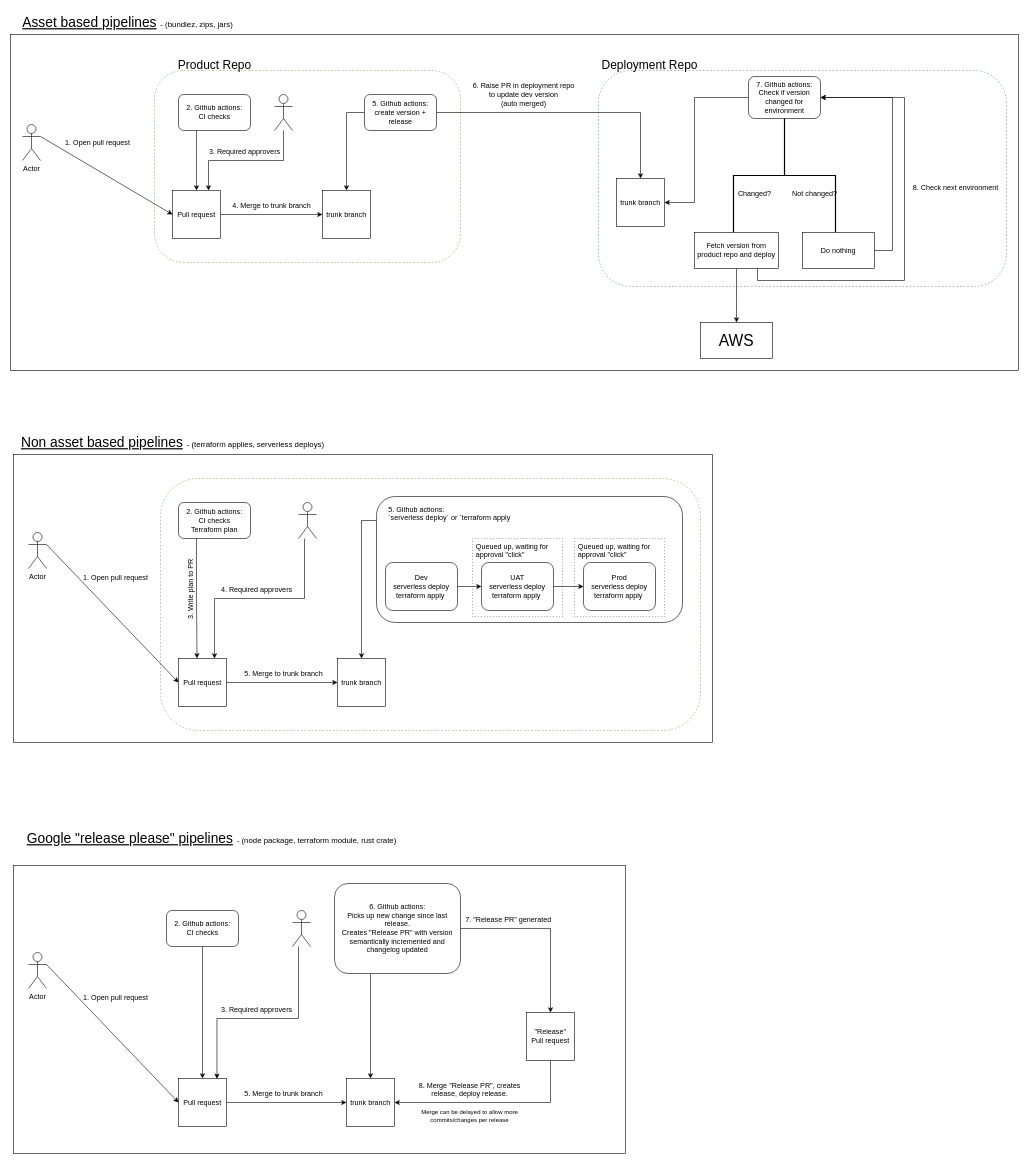
Earlier version of the draw.io diagram pipelines.drawio (FabioSVBBD/FabioSVBBD). Source tidied: cells renumbered, new cells numbered last; positions are measured from the earlier drawing's top-left corner, leaving out a move shared by most shapes. Both pictures are drawn from the tidied source at 60%, with x=0, y=0 at pixel (10, 10).
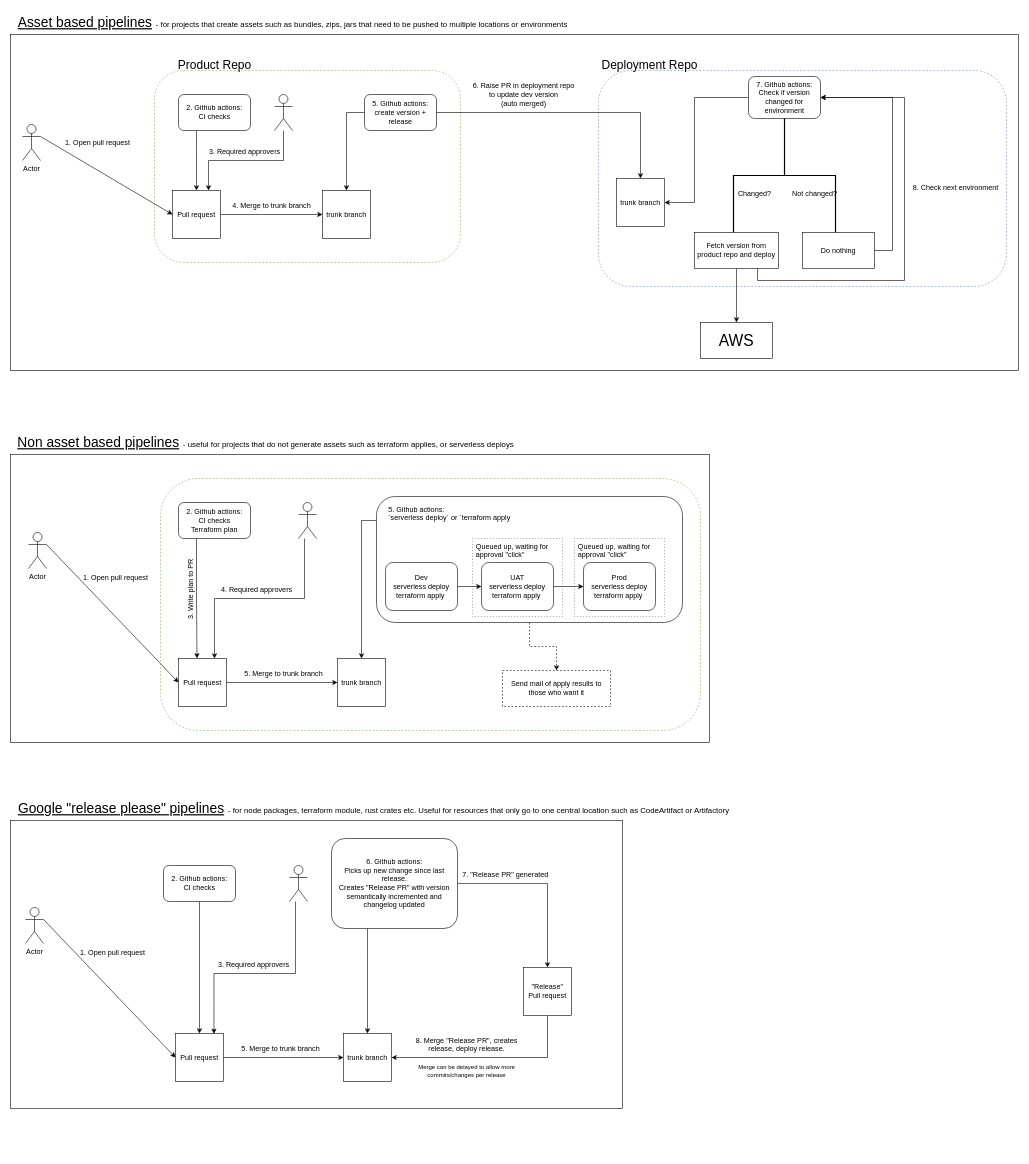
After the change.

Unchanged cells that the change refers to:
```xml
<mxCell id="54" value="5. Github actions: &lt;br&gt;`serverless deploy` or `terraform apply" style="rounded=1;whiteSpace=wrap;html=1;align=left;verticalAlign=top;spacingLeft=18;spacingBottom=0;spacingRight=0;spacingTop=8;" parent="1" vertex="1">
  <mxGeometry x="610" y="810" width="510" height="210" as="geometry" />
</mxCell>
```

Change to the diagram source:
```diff
@@
     <mxCell id="2" style="rounded=0;whiteSpace=wrap;html=1;" parent="1" vertex="1">
-      <mxGeometry x="5" y="740" width="1165" height="480" as="geometry" />
+      <mxGeometry y="740" width="1165" height="480" as="geometry" />
     </mxCell>
@@
-    <mxCell id="6" value="&lt;u&gt;Asset based pipelines&lt;/u&gt; &lt;font style=&quot;font-size: 13px;&quot;&gt;- (bundlez, zips, jars)&lt;/font&gt;" style="text;html=1;align=center;verticalAlign=middle;fontSize=23;" parent="1" vertex="1">
-      <mxGeometry x="10" width="370" height="40" as="geometry" />
+    <mxCell id="6" value="&lt;u&gt;Asset based pipelines&lt;/u&gt; &lt;font style=&quot;font-size: 13px;&quot;&gt;- for projects that create assets such as bundles, zips, jars that need to be pushed to multiple locations or environments&lt;/font&gt;" style="text;html=1;align=center;verticalAlign=middle;fontSize=23;" parent="1" vertex="1">
+      <mxGeometry width="940" height="40" as="geometry" />
     </mxCell>
@@
-    <mxCell id="38" value="&lt;u&gt;Non asset based pipelines&lt;/u&gt;&amp;nbsp;&lt;font style=&quot;font-size: 13px;&quot;&gt;- (terraform applies, serverless deploys)&lt;/font&gt;" style="text;html=1;align=center;verticalAlign=middle;fontSize=23;" parent="1" vertex="1">
-      <mxGeometry x="5" y="700" width="530" height="40" as="geometry" />
+    <mxCell id="38" value="&lt;u&gt;Non asset based pipelines&lt;/u&gt;&amp;nbsp;&lt;font style=&quot;font-size: 13px;&quot;&gt;- useful for projects that do not generate assets such as terraform applies, or serverless deploys&lt;/font&gt;" style="text;html=1;align=center;verticalAlign=middle;fontSize=23;" parent="1" vertex="1">
+      <mxGeometry y="700" width="850" height="40" as="geometry" />
     </mxCell>
@@
+    <mxCell id="83" style="edgeStyle=orthogonalEdgeStyle;rounded=0;jettySize=auto;html=1;entryX=0.5;entryY=0;entryDx=0;entryDy=0;dashed=1;" parent="1" edge="1" source="54" target="84">
+      <mxGeometry relative="1" as="geometry" />
+    </mxCell>
@@
-    <mxCell id="62" value="&lt;u&gt;Google &quot;release please&quot; pipelines&lt;/u&gt;&amp;nbsp;&lt;font style=&quot;font-size: 13px;&quot;&gt;- (node package, terraform module, rust crate)&lt;/font&gt;" style="text;html=1;align=center;verticalAlign=middle;fontSize=23;" parent="1" vertex="1">
-      <mxGeometry x="15" y="1360" width="640" height="40" as="geometry" />
+    <mxCell id="62" value="&lt;u&gt;Google &quot;release please&quot; pipelines&lt;/u&gt;&amp;nbsp;&lt;font style=&quot;font-size: 13px;&quot;&gt;- for node packages, terraform module, rust crates etc. Useful for resources that only go to one central location such as CodeArtifact or Artifactory&lt;/font&gt;" style="text;html=1;align=center;verticalAlign=middle;fontSize=23;" parent="1" vertex="1">
+      <mxGeometry y="1310" width="1210" height="40" as="geometry" />
     </mxCell>
     <mxCell id="63" style="rounded=0;whiteSpace=wrap;html=1;" parent="1" vertex="1">
-      <mxGeometry x="5" y="1425" width="1020" height="480" as="geometry" />
+      <mxGeometry y="1350" width="1020" height="480" as="geometry" />
     </mxCell>
@@
     <mxCell id="65" value="Pull request" style="whiteSpace=wrap;html=1;" parent="1" vertex="1">
-      <mxGeometry x="280" y="1780" width="80" height="80" as="geometry" />
+      <mxGeometry x="275" y="1705" width="80" height="80" as="geometry" />
     </mxCell>
     <mxCell id="66" value="Actor" style="shape=umlActor;verticalLabelPosition=bottom;verticalAlign=top;html=1;outlineConnect=0;" parent="1" vertex="1">
-      <mxGeometry x="30" y="1570" width="30" height="60" as="geometry" />
+      <mxGeometry x="25" y="1495" width="30" height="60" as="geometry" />
     </mxCell>
@@
     <mxCell id="68" value="1. Open pull request" style="text;html=1;align=center;verticalAlign=middle;strokeColor=none;fillColor=none;" parent="1" vertex="1">
-      <mxGeometry x="110" y="1630" width="130" height="30" as="geometry" />
+      <mxGeometry x="105" y="1555" width="130" height="30" as="geometry" />
     </mxCell>
@@
     <mxCell id="70" value="2. Github actions:&lt;br&gt;CI checks" style="rounded=1;whiteSpace=wrap;html=1;" parent="1" vertex="1">
-      <mxGeometry x="260" y="1500" width="120" height="60" as="geometry" />
+      <mxGeometry x="255" y="1425" width="120" height="60" as="geometry" />
     </mxCell>
     <mxCell id="71" style="edgeStyle=orthogonalEdgeStyle;rounded=0;jettySize=auto;html=1;entryX=0.801;entryY=0.007;entryDx=0;entryDy=0;entryPerimeter=0;" parent="1" edge="1" source="72" target="65">
       <mxGeometry relative="1" as="geometry">
         <Array as="points">
-          <mxPoint x="480" y="1680" />
-          <mxPoint x="344" y="1680" />
+          <mxPoint x="475" y="1605" />
+          <mxPoint x="339" y="1605" />
         </Array>
       </mxGeometry>
     </mxCell>
     <mxCell id="72" style="shape=umlActor;verticalLabelPosition=bottom;verticalAlign=top;html=1;outlineConnect=0;" parent="1" vertex="1">
-      <mxGeometry x="470" y="1500" width="30" height="60" as="geometry" />
+      <mxGeometry x="465" y="1425" width="30" height="60" as="geometry" />
     </mxCell>
     <mxCell id="73" value="3. Required approvers" style="text;html=1;align=center;verticalAlign=middle;strokeColor=none;fillColor=none;" parent="1" vertex="1">
-      <mxGeometry x="340" y="1650" width="140" height="30" as="geometry" />
+      <mxGeometry x="335" y="1575" width="140" height="30" as="geometry" />
     </mxCell>
     <mxCell id="74" value="trunk branch" style="whiteSpace=wrap;html=1;" parent="1" vertex="1">
-      <mxGeometry x="560" y="1780" width="80" height="80" as="geometry" />
+      <mxGeometry x="555" y="1705" width="80" height="80" as="geometry" />
     </mxCell>
     <mxCell id="75" value="5. Merge to trunk branch" style="text;html=1;align=center;verticalAlign=middle;strokeColor=none;fillColor=none;" parent="1" vertex="1">
-      <mxGeometry x="380" y="1790" width="150" height="30" as="geometry" />
+      <mxGeometry x="375" y="1715" width="150" height="30" as="geometry" />
     </mxCell>
     <mxCell id="76" style="edgeStyle=orthogonalEdgeStyle;rounded=0;jettySize=auto;html=1;entryX=0.5;entryY=0;entryDx=0;entryDy=0;" parent="1" edge="1" source="78" target="74">
       <mxGeometry relative="1" as="geometry">
         <Array as="points">
-          <mxPoint x="600" y="1650" />
-          <mxPoint x="600" y="1650" />
+          <mxPoint x="595" y="1575" />
+          <mxPoint x="595" y="1575" />
         </Array>
       </mxGeometry>
     </mxCell>
@@
     <mxCell id="78" value="6. Github actions:&lt;br&gt;Picks up new change since last release.&lt;br&gt;Creates &quot;Release PR&quot; with version semantically incremented and changelog updated" style="rounded=1;whiteSpace=wrap;html=1;" parent="1" vertex="1">
-      <mxGeometry x="540" y="1455" width="210" height="150" as="geometry" />
+      <mxGeometry x="535" y="1380" width="210" height="150" as="geometry" />
     </mxCell>
     <mxCell id="79" style="edgeStyle=orthogonalEdgeStyle;rounded=0;jettySize=auto;html=1;entryX=1;entryY=0.5;entryDx=0;entryDy=0;" parent="1" edge="1" source="80" target="74">
       <mxGeometry relative="1" as="geometry">
         <Array as="points">
-          <mxPoint x="900" y="1820" />
+          <mxPoint x="895" y="1745" />
         </Array>
       </mxGeometry>
     </mxCell>
     <mxCell id="80" value="&quot;Release&quot;&lt;br&gt;Pull request" style="whiteSpace=wrap;html=1;" parent="1" vertex="1">
-      <mxGeometry x="860" y="1670" width="80" height="80" as="geometry" />
+      <mxGeometry x="855" y="1595" width="80" height="80" as="geometry" />
     </mxCell>
     <mxCell id="81" value="7. &quot;Release PR&quot; generated" style="text;html=1;strokeColor=none;fillColor=none;align=center;verticalAlign=middle;whiteSpace=wrap;rounded=0;" parent="1" vertex="1">
-      <mxGeometry x="755" y="1500" width="150" height="30" as="geometry" />
+      <mxGeometry x="750" y="1425" width="150" height="30" as="geometry" />
     </mxCell>
     <mxCell id="82" value="8. Merge &quot;Release PR&quot;, creates release, deploy release.&lt;br&gt;&lt;br&gt;&lt;font style=&quot;font-size: 10px;&quot;&gt;Merge can be delayed to allow more commits/changes per release&lt;/font&gt;" style="text;html=1;strokeColor=none;fillColor=none;align=center;verticalAlign=middle;whiteSpace=wrap;rounded=0;" parent="1" vertex="1">
-      <mxGeometry x="671" y="1760" width="189" height="120" as="geometry" />
+      <mxGeometry x="666" y="1685" width="189" height="120" as="geometry" />
     </mxCell>
+    <mxCell id="84" value="Send mail of apply results to those who want it" style="rounded=0;whiteSpace=wrap;html=1;dashed=1;" parent="1" vertex="1">
+      <mxGeometry x="820" y="1100" width="180" height="60" as="geometry" />
+    </mxCell>
```
